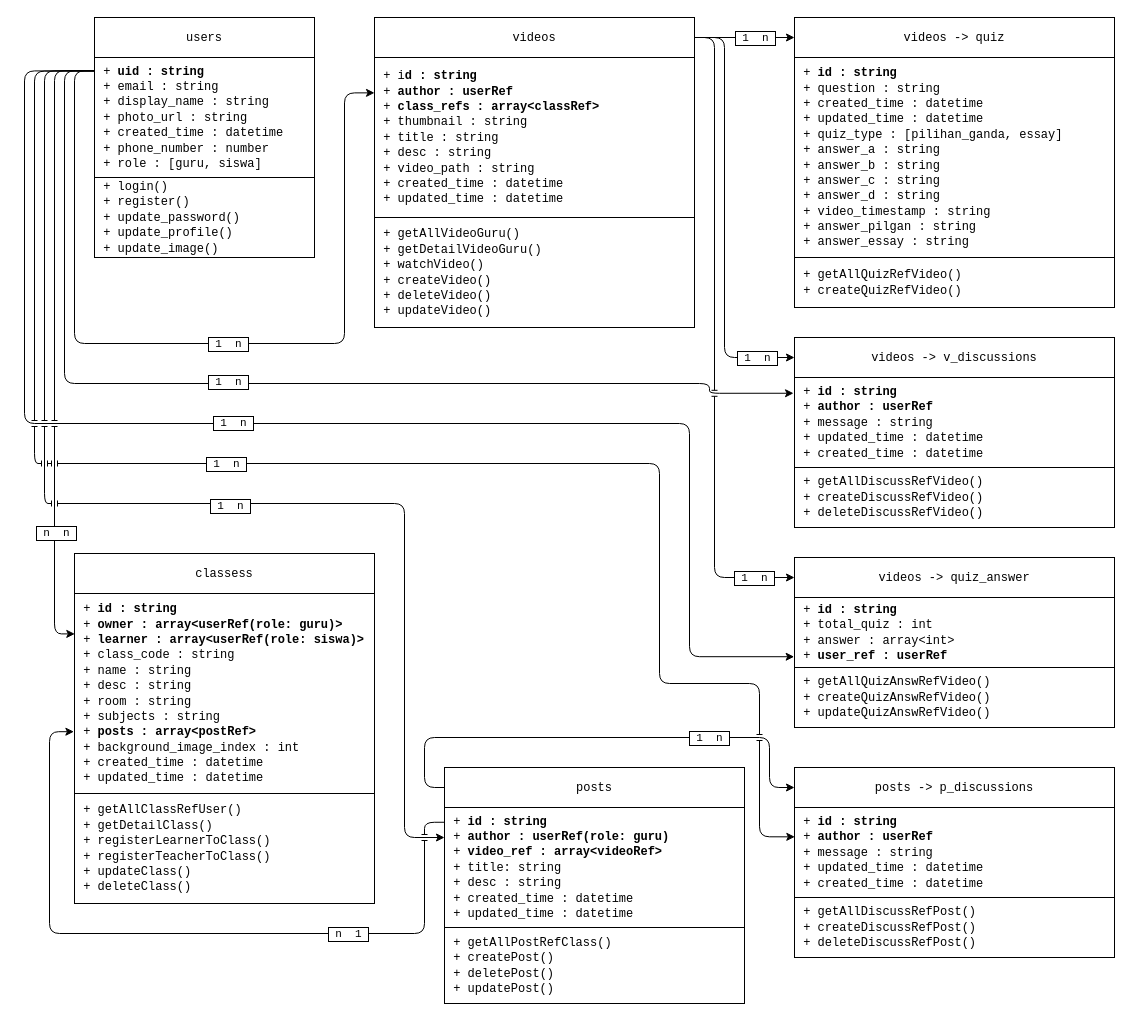
Before: page "Class Diagram" (5 of 5) of Diagrams for Skripsi.drawio in wicahma/Database-Design, a draw.io diagram. Source tidied: cells renumbered, new cells numbered last; positions are measured from the earlier drawing's top-left corner, leaving out a move shared by most shapes. Both pictures are drawn from the tidied source at 100%, with x=0, y=0 at pixel (24, 17).
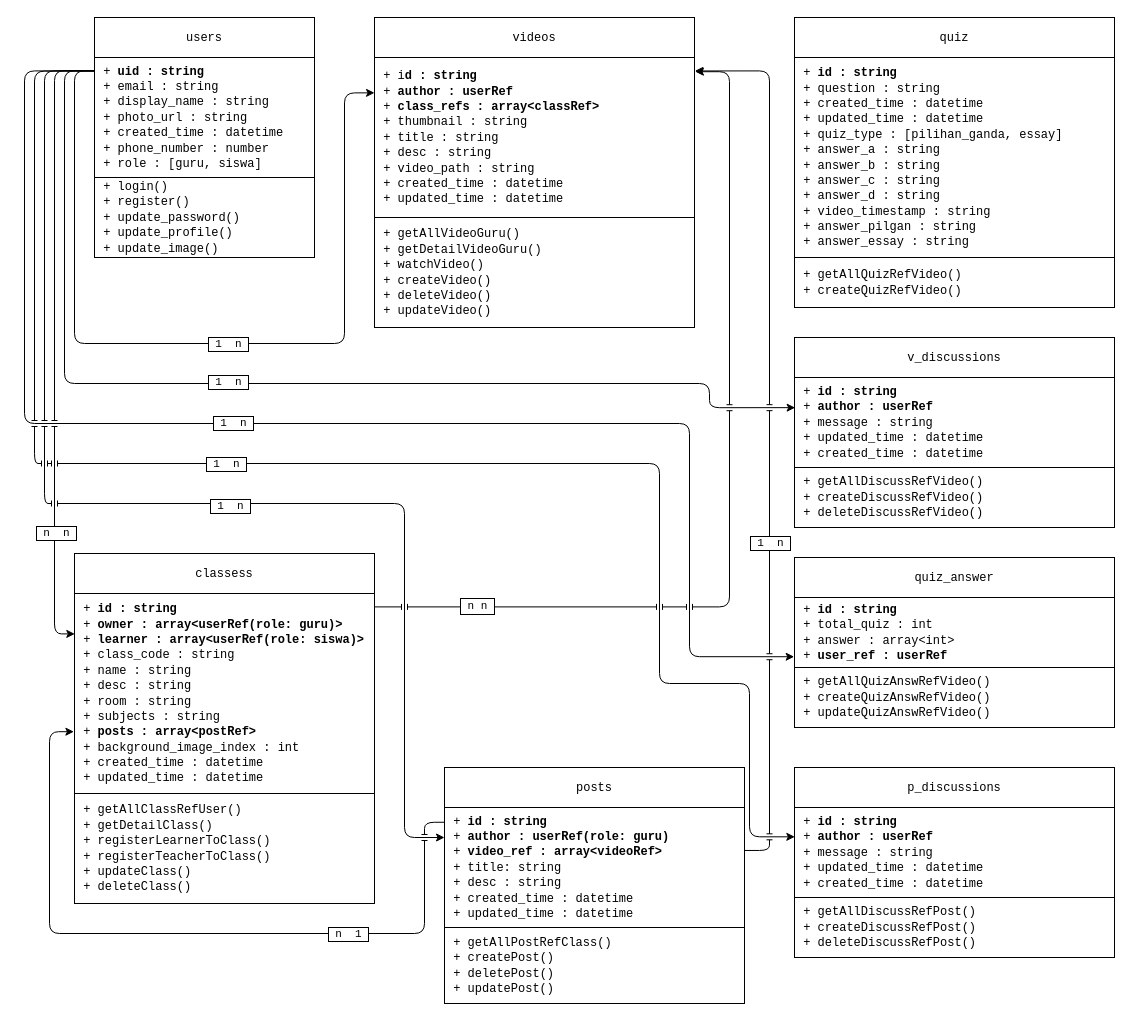
The same diagram, later.

Unchanged cells that the change refers to:
```xml
<mxCell id="7" value="&lt;font face=&quot;Courier New&quot;&gt;videos&lt;/font&gt;" style="rounded=0;whiteSpace=wrap;html=1;" parent="1" vertex="1">
  <mxGeometry x="350" width="320" height="40" as="geometry" />
</mxCell>
<mxCell id="18" value="&lt;font face=&quot;Courier New&quot;&gt;&amp;nbsp;+&amp;nbsp;&lt;b&gt;uid : string&lt;/b&gt;&lt;br&gt;&amp;nbsp;+ email : string&lt;br&gt;&amp;nbsp;+ display_name : string&lt;br&gt;&amp;nbsp;+ photo_url : string&amp;nbsp;&lt;br&gt;&amp;nbsp;+ created_time : datetime&lt;br&gt;&amp;nbsp;+ phone_number : number&lt;br&gt;&amp;nbsp;+ role : [guru, siswa]&lt;/font&gt;" style="rounded=0;whiteSpace=wrap;html=1;align=left;" parent="1" vertex="1">
  <mxGeometry x="70" y="40" width="220" height="120" as="geometry" />
</mxCell>
<mxCell id="20" value="&lt;font face=&quot;Courier New&quot;&gt;&amp;nbsp;+ i&lt;b style=&quot;&quot;&gt;d : string&lt;/b&gt;&lt;br&gt;&amp;nbsp;+&amp;nbsp;&lt;b style=&quot;&quot;&gt;author : userRef&lt;br&gt;&lt;/b&gt;&amp;nbsp;+&amp;nbsp;&lt;b style=&quot;&quot;&gt;class_refs : array&amp;lt;classRef&amp;gt;&lt;br&gt;&lt;/b&gt;&amp;nbsp;+ thumbnail : string&lt;br&gt;&amp;nbsp;+ title : string&lt;br&gt;&amp;nbsp;+ desc : string&lt;br&gt;&amp;nbsp;+ video_path : string&lt;br&gt;&amp;nbsp;+ created_time : datetime&lt;br&gt;&amp;nbsp;+ updated_time : datetime&lt;/font&gt;&lt;font face=&quot;Courier New&quot;&gt;&lt;br&gt;&lt;/font&gt;" style="rounded=0;whiteSpace=wrap;html=1;align=left;strokeColor=default;glass=0;snapToPoint=1;" parent="1" vertex="1">
  <mxGeometry x="350" y="40" width="320" height="160" as="geometry" />
</mxCell>
<mxCell id="24" value="&lt;span style=&quot;font-family: &amp;quot;Courier New&amp;quot;;&quot;&gt;&amp;nbsp;+&amp;nbsp;&lt;/span&gt;&lt;b style=&quot;font-family: &amp;quot;Courier New&amp;quot;;&quot;&gt;id : string&lt;/b&gt;&lt;span style=&quot;font-family: &amp;quot;Courier New&amp;quot;;&quot;&gt;&lt;br&gt;&amp;nbsp;+&amp;nbsp;&lt;b&gt;author : userRef&lt;br&gt;&lt;/b&gt;&lt;/span&gt;&lt;span style=&quot;font-family: &amp;quot;Courier New&amp;quot;;&quot;&gt;&amp;nbsp;+ message : string&lt;br&gt;&lt;/span&gt;&lt;span style=&quot;font-family: &amp;quot;Courier New&amp;quot;;&quot;&gt;&amp;nbsp;+ updated_time : datetime&lt;br&gt;&lt;/span&gt;&lt;span style=&quot;font-family: &amp;quot;Courier New&amp;quot;;&quot;&gt;&amp;nbsp;+ created_time : datetime&lt;/span&gt;&lt;font face=&quot;Courier New&quot;&gt;&lt;br&gt;&lt;/font&gt;" style="rounded=0;whiteSpace=wrap;html=1;align=left;strokeColor=default;glass=0;snapToPoint=1;" parent="1" vertex="1">
  <mxGeometry x="770" y="360" width="320" height="90" as="geometry" />
</mxCell>
<mxCell id="31" value="&lt;span style=&quot;font-family: &amp;quot;Courier New&amp;quot;;&quot;&gt;&amp;nbsp;+ &lt;b&gt;id : string&lt;/b&gt;&lt;br&gt;&lt;/span&gt;&lt;span style=&quot;font-family: &amp;quot;Courier New&amp;quot;;&quot;&gt;&amp;nbsp;+ &lt;b&gt;owner : array&amp;lt;userRef(role: guru)&amp;gt;&lt;/b&gt;&lt;br&gt;&lt;/span&gt;&lt;span style=&quot;font-family: &amp;quot;Courier New&amp;quot;;&quot;&gt;&amp;nbsp;+ &lt;b&gt;learner : array&amp;lt;userRef(role: siswa)&amp;gt;&lt;/b&gt;&lt;br&gt;&lt;/span&gt;&lt;span style=&quot;font-family: &amp;quot;Courier New&amp;quot;;&quot;&gt;&amp;nbsp;+ class_code : string&lt;br&gt;&lt;/span&gt;&lt;span style=&quot;font-family: &amp;quot;Courier New&amp;quot;;&quot;&gt;&amp;nbsp;+ name : string&lt;br&gt;&lt;/span&gt;&lt;span style=&quot;font-family: &amp;quot;Courier New&amp;quot;;&quot;&gt;&amp;nbsp;+ desc : string&lt;br&gt;&lt;/span&gt;&lt;span style=&quot;font-family: &amp;quot;Courier New&amp;quot;;&quot;&gt;&amp;nbsp;+ room : string&lt;br&gt;&lt;/span&gt;&lt;span style=&quot;font-family: &amp;quot;Courier New&amp;quot;;&quot;&gt;&amp;nbsp;+ subjects : string&lt;br&gt;&lt;/span&gt;&lt;span style=&quot;font-family: &amp;quot;Courier New&amp;quot;;&quot;&gt;&amp;nbsp;+ &lt;b&gt;posts : array&amp;lt;postRef&amp;gt;&lt;/b&gt;&lt;br&gt;&lt;/span&gt;&lt;span style=&quot;font-family: &amp;quot;Courier New&amp;quot;;&quot;&gt;&amp;nbsp;+ background_image_index : int&lt;br&gt;&lt;/span&gt;&lt;span style=&quot;font-family: &amp;quot;Courier New&amp;quot;;&quot;&gt;&amp;nbsp;+ created_time : datetime&lt;br&gt;&lt;/span&gt;&lt;span style=&quot;font-family: &amp;quot;Courier New&amp;quot;;&quot;&gt;&amp;nbsp;+ updated_time : datetime&lt;/span&gt;&lt;font face=&quot;Courier New&quot;&gt;&lt;br&gt;&lt;/font&gt;" style="rounded=0;whiteSpace=wrap;html=1;align=left;strokeColor=default;glass=0;snapToPoint=1;" parent="1" vertex="1">
  <mxGeometry x="50" y="576" width="300" height="200" as="geometry" />
</mxCell>
<mxCell id="35" value="&lt;span style=&quot;font-family: &amp;quot;Courier New&amp;quot;;&quot;&gt;&amp;nbsp;+ &lt;b&gt;id : string&lt;/b&gt;&lt;br&gt;&lt;/span&gt;&lt;span style=&quot;font-family: &amp;quot;Courier New&amp;quot;;&quot;&gt;&amp;nbsp;+ &lt;b&gt;author : userRef(role: guru)&lt;/b&gt;&lt;br&gt;&lt;/span&gt;&lt;span style=&quot;font-family: &amp;quot;Courier New&amp;quot;;&quot;&gt;&amp;nbsp;+ &lt;b&gt;video_ref : array&amp;lt;videoRef&amp;gt;&lt;/b&gt;&lt;br&gt;&lt;/span&gt;&lt;span style=&quot;font-family: &amp;quot;Courier New&amp;quot;;&quot;&gt;&amp;nbsp;+ title: string&lt;br&gt;&lt;/span&gt;&lt;span style=&quot;font-family: &amp;quot;Courier New&amp;quot;;&quot;&gt;&amp;nbsp;&lt;/span&gt;&lt;span style=&quot;font-family: &amp;quot;Courier New&amp;quot;;&quot;&gt;+ desc : string&lt;br&gt;&lt;/span&gt;&lt;span style=&quot;font-family: &amp;quot;Courier New&amp;quot;;&quot;&gt;&amp;nbsp;&lt;/span&gt;&lt;span style=&quot;font-family: &amp;quot;Courier New&amp;quot;;&quot;&gt;+ created_time : datetime&lt;br&gt;&lt;/span&gt;&lt;span style=&quot;font-family: &amp;quot;Courier New&amp;quot;;&quot;&gt;&amp;nbsp;+ updated_time : datetime&lt;/span&gt;&lt;font face=&quot;Courier New&quot;&gt;&lt;br&gt;&lt;/font&gt;" style="rounded=0;whiteSpace=wrap;html=1;align=left;strokeColor=default;glass=0;snapToPoint=1;" parent="1" vertex="1">
  <mxGeometry x="420" y="790" width="300" height="120" as="geometry" />
</mxCell>
<mxCell id="38" value="&lt;font face=&quot;Courier New&quot;&gt;posts&lt;/font&gt;" style="rounded=0;whiteSpace=wrap;html=1;" parent="1" vertex="1">
  <mxGeometry x="420" y="750" width="300" height="40" as="geometry" />
</mxCell>
<mxCell id="47" value="&lt;span style=&quot;font-family: &amp;quot;Courier New&amp;quot;;&quot;&gt;&amp;nbsp;+&amp;nbsp;&lt;/span&gt;&lt;b style=&quot;font-family: &amp;quot;Courier New&amp;quot;;&quot;&gt;id : string&lt;/b&gt;&lt;span style=&quot;font-family: &amp;quot;Courier New&amp;quot;;&quot;&gt;&lt;br&gt;&amp;nbsp;+&amp;nbsp;&lt;b&gt;author : userRef&lt;br&gt;&lt;/b&gt;&lt;/span&gt;&lt;span style=&quot;font-family: &amp;quot;Courier New&amp;quot;;&quot;&gt;&amp;nbsp;+ message : string&lt;br&gt;&lt;/span&gt;&lt;span style=&quot;font-family: &amp;quot;Courier New&amp;quot;;&quot;&gt;&amp;nbsp;+ updated_time : datetime&lt;br&gt;&lt;/span&gt;&lt;span style=&quot;font-family: &amp;quot;Courier New&amp;quot;;&quot;&gt;&amp;nbsp;+ created_time : datetime&lt;/span&gt;&lt;font face=&quot;Courier New&quot;&gt;&lt;br&gt;&lt;/font&gt;" style="rounded=0;whiteSpace=wrap;html=1;align=left;strokeColor=default;glass=0;snapToPoint=1;" parent="1" vertex="1">
  <mxGeometry x="770" y="790" width="320" height="90" as="geometry" />
</mxCell>
```

The edit, as a diff of the source:
```diff
@@
-    <mxCell id="3" style="edgeStyle=orthogonalEdgeStyle;rounded=1;jumpStyle=line;html=1;entryX=0;entryY=0.5;entryDx=0;entryDy=0;fontFamily=Courier New;elbow=vertical;" parent="1" edge="1" source="7" target="26">
-      <mxGeometry relative="1" as="geometry">
-        <Array as="points">
-          <mxPoint x="700" y="20" />
-          <mxPoint x="700" y="340" />
-        </Array>
-      </mxGeometry>
-    </mxCell>
-    <mxCell id="4" value="&amp;nbsp;1&amp;nbsp; n&amp;nbsp;" style="edgeLabel;html=1;align=center;verticalAlign=middle;fontFamily=Courier New;labelBorderColor=default;" parent="3" vertex="1">
-      <mxGeometry x="0.74" y="1" relative="1" as="geometry">
-        <mxPoint x="17" y="1" as="offset" />
-      </mxGeometry>
-    </mxCell>
-    <mxCell id="5" style="edgeStyle=orthogonalEdgeStyle;jumpStyle=line;html=1;entryX=0;entryY=0.5;entryDx=0;entryDy=0;fontFamily=Courier New;elbow=vertical;rounded=1;" parent="1" edge="1" source="7" target="25">
-      <mxGeometry relative="1" as="geometry" />
-    </mxCell>
-    <mxCell id="6" value="&amp;nbsp;1&amp;nbsp; n&amp;nbsp;" style="edgeLabel;html=1;align=center;verticalAlign=middle;fontFamily=Courier New;labelBorderColor=default;perimeter=rectanglePerimeter;" parent="5" vertex="1">
-      <mxGeometry x="-0.12" relative="1" as="geometry">
-        <mxPoint x="16" as="offset" />
-      </mxGeometry>
-    </mxCell>
@@
-    <mxCell id="12" style="edgeStyle=orthogonalEdgeStyle;rounded=1;jumpStyle=line;html=1;entryX=-0.003;entryY=0.175;entryDx=0;entryDy=0;fontFamily=Courier New;elbow=vertical;exitX=0;exitY=0.111;exitDx=0;exitDy=0;exitPerimeter=0;entryPerimeter=0;" parent="1" edge="1" source="18" target="24">
+    <mxCell id="12" style="edgeStyle=orthogonalEdgeStyle;rounded=1;jumpStyle=line;html=1;entryX=0.002;entryY=0.335;entryDx=0;entryDy=0;fontFamily=Courier New;elbow=vertical;exitX=0;exitY=0.111;exitDx=0;exitDy=0;exitPerimeter=0;entryPerimeter=0;" parent="1" edge="1" source="18" target="24">
       <mxGeometry relative="1" as="geometry">
         <Array as="points">
           <mxPoint x="40" y="53" />
           <mxPoint x="40" y="366" />
           <mxPoint x="685" y="366" />
-          <mxPoint x="685" y="376" />
+          <mxPoint x="685" y="390" />
         </Array>
       </mxGeometry>
     </mxCell>
     <mxCell id="13" value="&amp;nbsp;1&amp;nbsp; n&amp;nbsp;" style="edgeLabel;html=1;align=center;verticalAlign=middle;fontFamily=Courier New;labelBorderColor=default;" parent="12" vertex="1">
       <mxGeometry x="0.25" y="-1" relative="1" as="geometry">
-        <mxPoint x="-170" y="-3" as="offset" />
+        <mxPoint x="-180" y="-3" as="offset" />
       </mxGeometry>
     </mxCell>
@@
-    <mxCell id="25" value="&lt;font face=&quot;Courier New&quot;&gt;videos -&amp;gt; quiz&lt;/font&gt;" style="rounded=0;whiteSpace=wrap;html=1;" parent="1" vertex="1">
+    <mxCell id="25" value="&lt;font face=&quot;Courier New&quot;&gt;quiz&lt;/font&gt;" style="rounded=0;whiteSpace=wrap;html=1;" parent="1" vertex="1">
       <mxGeometry x="770" width="320" height="40" as="geometry" />
     </mxCell>
-    <mxCell id="26" value="&lt;font face=&quot;Courier New&quot;&gt;videos -&amp;gt; v_discussions&lt;/font&gt;" style="rounded=0;whiteSpace=wrap;html=1;" parent="1" vertex="1">
+    <mxCell id="26" value="&lt;font face=&quot;Courier New&quot;&gt;v_discussions&lt;/font&gt;" style="rounded=0;whiteSpace=wrap;html=1;" parent="1" vertex="1">
       <mxGeometry x="770" y="320" width="320" height="40" as="geometry" />
     </mxCell>
-    <mxCell id="27" value="&lt;font face=&quot;Courier New&quot;&gt;videos -&amp;gt; quiz_answer&lt;/font&gt;" style="rounded=0;whiteSpace=wrap;html=1;" parent="1" vertex="1">
+    <mxCell id="27" value="&lt;font face=&quot;Courier New&quot;&gt;quiz_answer&lt;/font&gt;" style="rounded=0;whiteSpace=wrap;html=1;" parent="1" vertex="1">
       <mxGeometry x="770" y="540" width="320" height="40" as="geometry" />
     </mxCell>
@@
-    <mxCell id="36" style="edgeStyle=orthogonalEdgeStyle;rounded=1;jumpStyle=line;html=1;entryX=0;entryY=0.5;entryDx=0;entryDy=0;fontFamily=Courier New;elbow=vertical;exitX=0;exitY=0.5;exitDx=0;exitDy=0;" parent="1" edge="1" source="38" target="39">
-      <mxGeometry relative="1" as="geometry">
-        <Array as="points">
-          <mxPoint x="400" y="770" />
-          <mxPoint x="400" y="720" />
-          <mxPoint x="745" y="720" />
-          <mxPoint x="745" y="770" />
-        </Array>
-      </mxGeometry>
-    </mxCell>
-    <mxCell id="37" value="&amp;nbsp;1&amp;nbsp; n&amp;nbsp;" style="edgeLabel;html=1;align=center;verticalAlign=middle;fontFamily=Courier New;labelBorderColor=default;" parent="36" vertex="1">
-      <mxGeometry x="0.06" relative="1" as="geometry">
-        <mxPoint x="94" as="offset" />
-      </mxGeometry>
-    </mxCell>
@@
-    <mxCell id="39" value="&lt;font face=&quot;Courier New&quot;&gt;posts -&amp;gt; p_discussions&lt;/font&gt;" style="rounded=0;whiteSpace=wrap;html=1;" parent="1" vertex="1">
+    <mxCell id="39" value="&lt;font face=&quot;Courier New&quot;&gt;p_discussions&lt;/font&gt;" style="rounded=0;whiteSpace=wrap;html=1;" parent="1" vertex="1">
       <mxGeometry x="770" y="750" width="320" height="40" as="geometry" />
     </mxCell>
@@
-    <mxCell id="43" style="edgeStyle=orthogonalEdgeStyle;rounded=1;jumpStyle=line;html=1;entryX=0;entryY=0.5;entryDx=0;entryDy=0;fontFamily=Courier New;elbow=vertical;" parent="1" edge="1" source="7" target="27">
-      <mxGeometry relative="1" as="geometry">
-        <Array as="points">
-          <mxPoint x="690" y="20" />
-          <mxPoint x="690" y="560" />
-        </Array>
-      </mxGeometry>
-    </mxCell>
-    <mxCell id="44" value="&amp;nbsp;1&amp;nbsp; n&amp;nbsp;" style="edgeLabel;html=1;align=center;verticalAlign=middle;fontFamily=Courier New;labelBorderColor=default;" parent="43" vertex="1">
-      <mxGeometry x="0.77" y="-3" relative="1" as="geometry">
-        <mxPoint x="33" y="-3" as="offset" />
-      </mxGeometry>
-    </mxCell>
     <mxCell id="45" style="edgeStyle=orthogonalEdgeStyle;rounded=1;jumpStyle=line;html=1;entryX=0.001;entryY=0.326;entryDx=0;entryDy=0;fontFamily=Courier New;elbow=vertical;exitX=0.001;exitY=0.113;exitDx=0;exitDy=0;exitPerimeter=0;entryPerimeter=0;" parent="1" edge="1" source="18" target="47">
       <mxGeometry relative="1" as="geometry">
         <Array as="points">
           <mxPoint x="10" y="54" />
           <mxPoint x="10" y="446" />
           <mxPoint x="635" y="446" />
           <mxPoint x="635" y="666" />
-          <mxPoint x="735" y="666" />
-          <mxPoint x="735" y="819" />
-          <mxPoint x="770" y="819" />
+          <mxPoint x="725" y="666" />
+          <mxPoint x="725" y="819" />
         </Array>
       </mxGeometry>
     </mxCell>
@@
+    <mxCell id="48" style="edgeStyle=orthogonalEdgeStyle;rounded=1;jettySize=auto;html=1;exitX=1.001;exitY=0.067;exitDx=0;exitDy=0;entryX=1.003;entryY=0.089;entryDx=0;entryDy=0;entryPerimeter=0;exitPerimeter=0;curved=0;jumpStyle=line;" parent="1" edge="1" source="31" target="20">
+      <mxGeometry relative="1" as="geometry">
+        <Array as="points">
+          <mxPoint x="705" y="589" />
+          <mxPoint x="705" y="54" />
+        </Array>
+      </mxGeometry>
+    </mxCell>
+    <mxCell id="49" value="&lt;font face=&quot;Courier New&quot;&gt;&amp;nbsp;n n&amp;nbsp;&lt;/font&gt;" style="edgeLabel;html=1;align=center;verticalAlign=middle;labelBorderColor=default;" parent="48" vertex="1">
+      <mxGeometry x="-0.78" y="1" relative="1" as="geometry" />
+    </mxCell>
+    <mxCell id="50" style="edgeStyle=orthogonalEdgeStyle;rounded=1;jettySize=auto;html=1;exitX=1.001;exitY=0.358;exitDx=0;exitDy=0;entryX=1.001;entryY=0.084;entryDx=0;entryDy=0;entryPerimeter=0;exitPerimeter=0;curved=0;jumpStyle=line;" parent="1" edge="1" source="35" target="20">
+      <mxGeometry relative="1" as="geometry">
+        <Array as="points">
+          <mxPoint x="745" y="833" />
+          <mxPoint x="745" y="53" />
+        </Array>
+      </mxGeometry>
+    </mxCell>
+    <mxCell id="51" value="&amp;nbsp;1&amp;nbsp; n&amp;nbsp;" style="edgeLabel;html=1;align=center;verticalAlign=middle;labelBorderColor=default;fontFamily=Courier New;" parent="50" vertex="1">
+      <mxGeometry x="-0.81" relative="1" as="geometry">
+        <mxPoint y="-248" as="offset" />
+      </mxGeometry>
+    </mxCell>
```
